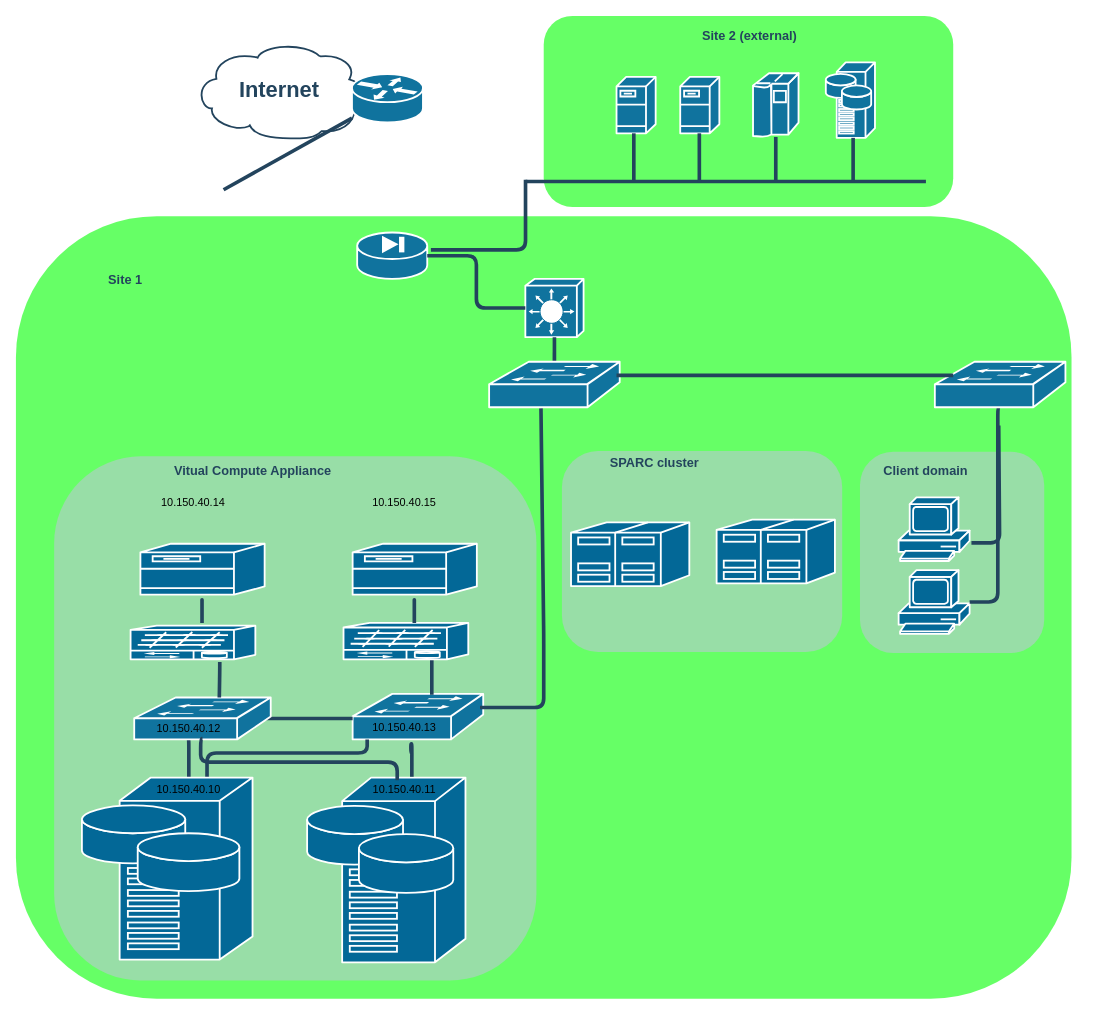
rvrlx/Diagrams keeps this draw.io diagram as Network dev lab 1.drawio. Above is the earlier version. Source tidied: cells renumbered, new cells numbered last; positions are measured from the earlier drawing's top-left corner, leaving out a move shared by most shapes. Both pictures are drawn from the tidied source at 91%, with x=0, y=0 at pixel (15, 15).
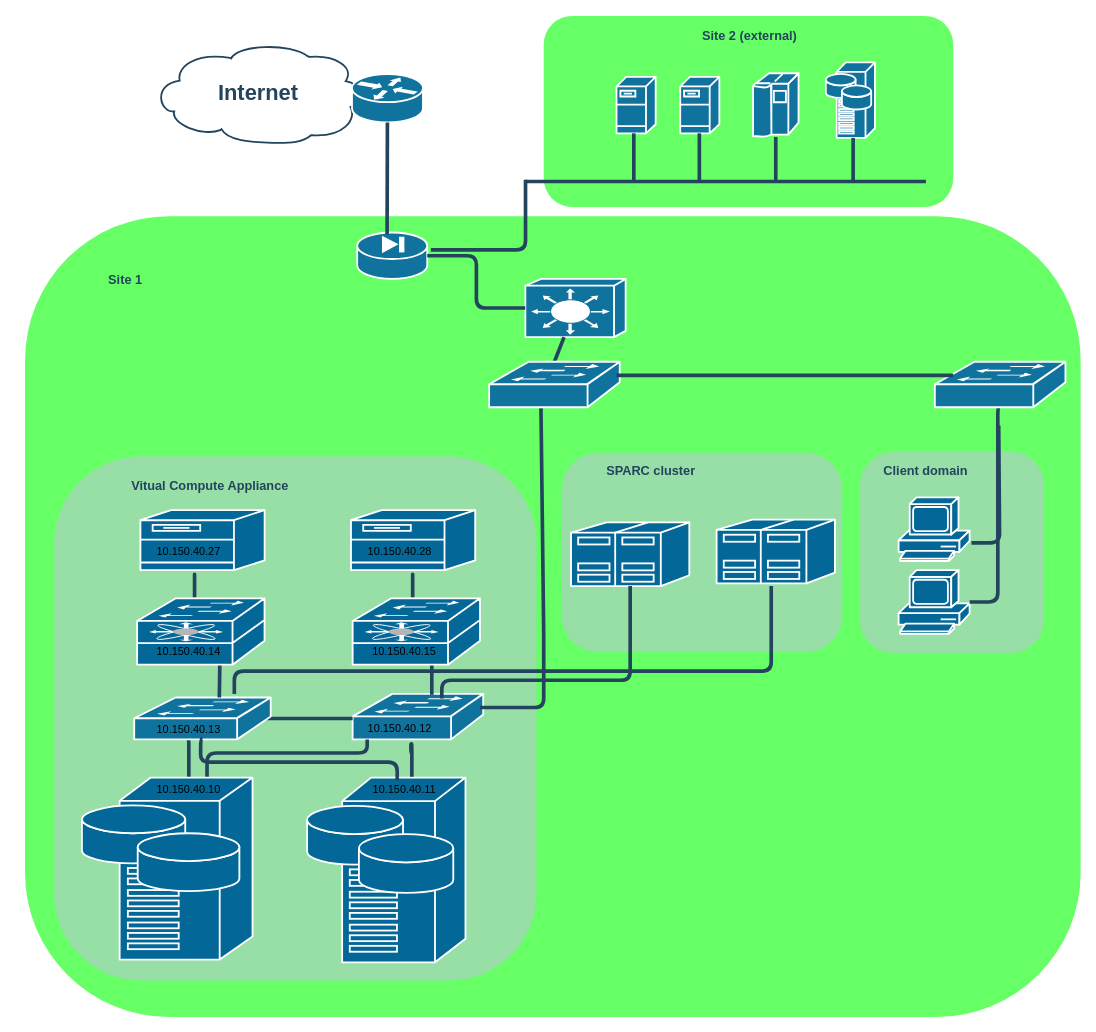
The same diagram, later.

The change refers to these unchanged cells:
```xml
<mxCell id="15" style="shape=mxgraph.cisco.switches.workgroup_switch;html=1;dashed=0;fillColor=#10739E;strokeColor=#ffffff;strokeWidth=2;verticalLabelPosition=bottom;verticalAlign=top;fontFamily=Helvetica;fontSize=36;fontColor=#FFB366;" parent="1" vertex="1">
  <mxGeometry x="370" y="745" width="143.5" height="50" as="geometry" />
</mxCell>
<mxCell id="16" style="shape=mxgraph.cisco.routers.router;html=1;dashed=0;fillColor=#10739E;strokeColor=#ffffff;strokeWidth=2;verticalLabelPosition=bottom;verticalAlign=top;fontFamily=Helvetica;fontSize=36;fontColor=#FFB366;" parent="1" vertex="1">
  <mxGeometry x="369.3" y="64" width="78" height="53" as="geometry" />
</mxCell>
<mxCell id="54" style="shape=mxgraph.cisco.servers.standard_host;sketch=0;html=1;dashed=0;fillColor=#036897;strokeColor=#ffffff;strokeWidth=2;verticalLabelPosition=bottom;verticalAlign=top;align=center;outlineConnect=0;" parent="1" vertex="1">
  <mxGeometry x="610" y="556.5" width="130" height="70" as="geometry" />
</mxCell>
```

Diff of the diagram source:
```diff
@@
     <mxCell id="2" style="rounded=1;whiteSpace=wrap;html=1;strokeColor=none;fillColor=#00FF00;fontSize=24;fontColor=#23445D;align=center;opacity=60;arcSize=18;" parent="1" vertex="1">
-      <mxGeometry y="220" width="1160" height="860" as="geometry" />
+      <mxGeometry x="10" y="220" width="1160" height="880" as="geometry" />
     </mxCell>
@@
     <mxCell id="4" style="rounded=1;whiteSpace=wrap;html=1;strokeColor=none;fillColor=#BAC8D3;fontSize=24;fontColor=#23445D;align=center;opacity=60;arcSize=18;" parent="1" vertex="1">
-      <mxGeometry x="600" y="478" width="308" height="221" as="geometry" />
+      <mxGeometry x="600" y="480" width="308" height="219" as="geometry" />
     </mxCell>
@@
     <mxCell id="6" value="&lt;font color=&quot;#23445d&quot;&gt;Vitual Compute Appliance&lt;/font&gt;" style="rounded=1;whiteSpace=wrap;html=1;strokeColor=none;fillColor=none;fontSize=14;fontColor=#742B21;align=center;fontStyle=1;" parent="1" vertex="1">
-      <mxGeometry x="166.5" y="488" width="187" height="24" as="geometry" />
+      <mxGeometry x="120" y="505" width="187" height="24" as="geometry" />
     </mxCell>
@@
     <mxCell id="13" value="Internet" style="shape=mxgraph.cisco.storage.cloud;html=1;dashed=0;strokeColor=#23445D;fillColor=#ffffff;strokeWidth=2;fontFamily=Helvetica;fontSize=24;fontColor=#23445D;align=center;fontStyle=1;" parent="1" vertex="1">
-      <mxGeometry x="196.3" y="29" width="186" height="106" as="geometry" />
+      <mxGeometry x="150" y="29" width="232.3" height="111" as="geometry" />
     </mxCell>
     <mxCell id="14" style="shape=mxgraph.cisco.switches.layer_3_switch;html=1;dashed=0;fillColor=#10739E;strokeColor=#ffffff;strokeWidth=2;verticalLabelPosition=bottom;verticalAlign=top;fontFamily=Helvetica;fontSize=36;fontColor=#FFB366;" parent="1" vertex="1">
-      <mxGeometry x="559.8" y="289" width="64" height="64" as="geometry" />
+      <mxGeometry x="559.8" y="289" width="110.2" height="64" as="geometry" />
     </mxCell>
@@
-    <mxCell id="23" style="elbow=horizontal;endArrow=none;html=1;strokeColor=#23445D;endFill=0;strokeWidth=4;rounded=1;" parent="1" edge="1" target="16">
-      <mxGeometry relative="1" as="geometry">
-        <mxPoint x="228.2" y="191" as="sourcePoint" />
-      </mxGeometry>
+    <mxCell id="23" style="elbow=horizontal;endArrow=none;html=1;strokeColor=#23445D;endFill=0;strokeWidth=4;rounded=1;exitX=0.343;exitY=0.023;exitDx=0;exitDy=0;exitPerimeter=0;" parent="1" edge="1" source="2" target="16">
+      <mxGeometry relative="1" as="geometry" />
     </mxCell>
@@
-    <mxCell id="40" value="10.150.40.15" style="text;html=1;strokeColor=none;fillColor=none;align=center;verticalAlign=middle;whiteSpace=wrap;rounded=0;" parent="1" vertex="1">
-      <mxGeometry x="396.8" y="520" width="60" height="30" as="geometry" />
-    </mxCell>
-    <mxCell id="41" value="10.150.40.14" style="text;html=1;strokeColor=none;fillColor=none;align=center;verticalAlign=middle;whiteSpace=wrap;rounded=0;" parent="1" vertex="1">
-      <mxGeometry x="164.5" y="520" width="60" height="30" as="geometry" />
-    </mxCell>
     <mxCell id="42" value="&lt;font color=&quot;#23445d&quot;&gt;SPARC cluster&lt;/font&gt;" style="rounded=1;whiteSpace=wrap;html=1;strokeColor=none;fillColor=none;fontSize=14;fontColor=#742B21;align=center;fontStyle=1;" parent="1" vertex="1">
-      <mxGeometry x="644" y="479" width="116" height="24" as="geometry" />
+      <mxGeometry x="640" y="488" width="116" height="24" as="geometry" />
     </mxCell>
@@
     <mxCell id="45" value="10.150.40.12" style="text;html=1;strokeColor=none;fillColor=none;align=center;verticalAlign=middle;whiteSpace=wrap;rounded=0;" parent="1" vertex="1">
-      <mxGeometry x="160" y="767.5" width="60" height="30" as="geometry" />
+      <mxGeometry x="387" y="770" width="70" height="25" as="geometry" />
     </mxCell>
     <mxCell id="46" value="10.150.40.13" style="text;html=1;strokeColor=none;fillColor=none;align=center;verticalAlign=middle;whiteSpace=wrap;rounded=0;" parent="1" vertex="1">
-      <mxGeometry x="396.8" y="767" width="60" height="30" as="geometry" />
+      <mxGeometry x="160" y="770" width="60" height="30" as="geometry" />
     </mxCell>
@@
-    <mxCell id="50" style="shape=mxgraph.cisco.switches.multi-fabric_server_switch;sketch=0;html=1;dashed=0;fillColor=#036897;strokeColor=#ffffff;strokeWidth=2;verticalLabelPosition=bottom;verticalAlign=top;align=center;" parent="1" vertex="1">
-      <mxGeometry x="126" y="670" width="137.1" height="37" as="geometry" />
-    </mxCell>
-    <mxCell id="51" style="shape=mxgraph.cisco.switches.multi-fabric_server_switch;sketch=0;html=1;dashed=0;fillColor=#036897;strokeColor=#ffffff;strokeWidth=2;verticalLabelPosition=bottom;verticalAlign=top;align=center;" parent="1" vertex="1">
-      <mxGeometry x="360" y="667" width="137.1" height="40" as="geometry" />
-    </mxCell>
@@
     <mxCell id="56" style="edgeStyle=orthogonalEdgeStyle;rounded=1;html=1;strokeColor=#23445D;endArrow=none;endFill=0;strokeWidth=4;" parent="1" edge="1">
       <mxGeometry relative="1" as="geometry">
-        <mxPoint x="204.5" y="654" as="sourcePoint" />
-        <mxPoint x="204.5" y="667" as="targetPoint" />
+        <mxPoint x="196.3" y="626" as="sourcePoint" />
+        <mxPoint x="196.3" y="639" as="targetPoint" />
         <Array as="points">
-          <mxPoint x="204.5" y="637" />
-          <mxPoint x="204.5" y="637" />
+          <mxPoint x="196.3" y="609" />
+          <mxPoint x="196.3" y="609" />
         </Array>
       </mxGeometry>
     </mxCell>
     <mxCell id="57" style="shape=mxgraph.cisco.servers.fileserver;sketch=0;html=1;dashed=0;fillColor=#036897;strokeColor=#ffffff;strokeWidth=2;verticalLabelPosition=bottom;verticalAlign=top;align=center;" parent="1" vertex="1">
-      <mxGeometry x="136.8" y="580" width="136.5" height="56" as="geometry" />
+      <mxGeometry x="136.8" y="543" width="136.5" height="66" as="geometry" />
     </mxCell>
     <mxCell id="58" style="shape=mxgraph.cisco.servers.fileserver;sketch=0;html=1;dashed=0;fillColor=#036897;strokeColor=#ffffff;strokeWidth=2;verticalLabelPosition=bottom;verticalAlign=top;align=center;" parent="1" vertex="1">
-      <mxGeometry x="370" y="580" width="136.5" height="56" as="geometry" />
+      <mxGeometry x="368.2" y="543" width="136.5" height="66" as="geometry" />
     </mxCell>
     <mxCell id="59" style="edgeStyle=orthogonalEdgeStyle;rounded=1;html=1;strokeColor=#23445D;endArrow=none;endFill=0;strokeWidth=4;" parent="1" edge="1">
       <mxGeometry relative="1" as="geometry">
-        <mxPoint x="437.8" y="654" as="sourcePoint" />
-        <mxPoint x="437.8" y="667" as="targetPoint" />
+        <mxPoint x="436" y="626" as="sourcePoint" />
+        <mxPoint x="436" y="639" as="targetPoint" />
         <Array as="points">
-          <mxPoint x="437.8" y="637" />
-          <mxPoint x="437.8" y="637" />
+          <mxPoint x="436" y="609" />
+          <mxPoint x="436" y="609" />
         </Array>
       </mxGeometry>
     </mxCell>
@@
+    <mxCell id="63" style="edgeStyle=orthogonalEdgeStyle;rounded=1;html=1;strokeColor=#23445D;endArrow=none;endFill=0;strokeWidth=4;entryX=0.683;entryY=0.1;entryDx=0;entryDy=0;entryPerimeter=0;" parent="1" edge="1" source="54" target="15">
+      <mxGeometry relative="1" as="geometry">
+        <Array as="points">
+          <mxPoint x="675" y="730" />
+          <mxPoint x="468" y="730" />
+        </Array>
+      </mxGeometry>
+    </mxCell>
+    <mxCell id="64" style="edgeStyle=orthogonalEdgeStyle;rounded=1;html=1;strokeColor=#23445D;endArrow=none;endFill=0;strokeWidth=4;entryX=0.98;entryY=0.5;entryDx=0;entryDy=0;entryPerimeter=0;" parent="1" edge="1">
+      <mxGeometry relative="1" as="geometry">
+        <mxPoint x="240" y="745" as="sourcePoint" />
+        <mxPoint x="830" y="626.5" as="targetPoint" />
+        <Array as="points">
+          <mxPoint x="240" y="720" />
+          <mxPoint x="830" y="720" />
+        </Array>
+      </mxGeometry>
+    </mxCell>
+    <mxCell id="65" style="shape=mxgraph.cisco.switches.fibre_channel_fabric_switch;sketch=0;html=1;dashed=0;fillColor=#036897;strokeColor=#ffffff;strokeWidth=2;verticalLabelPosition=bottom;verticalAlign=top;align=center;" parent="1" vertex="1">
+      <mxGeometry x="370" y="640" width="140" height="74" as="geometry" />
+    </mxCell>
+    <mxCell id="66" value="10.150.40.15" style="text;html=1;strokeColor=none;fillColor=none;align=center;verticalAlign=middle;whiteSpace=wrap;rounded=0;" parent="1" vertex="1">
+      <mxGeometry x="396.8" y="684" width="60" height="30" as="geometry" />
+    </mxCell>
+    <mxCell id="67" style="shape=mxgraph.cisco.switches.fibre_channel_fabric_switch;sketch=0;html=1;dashed=0;fillColor=#036897;strokeColor=#ffffff;strokeWidth=2;verticalLabelPosition=bottom;verticalAlign=top;align=center;" parent="1" vertex="1">
+      <mxGeometry x="133.2" y="640" width="140" height="74" as="geometry" />
+    </mxCell>
+    <mxCell id="68" value="10.150.40.14" style="text;html=1;strokeColor=none;fillColor=none;align=center;verticalAlign=middle;whiteSpace=wrap;rounded=0;" parent="1" vertex="1">
+      <mxGeometry x="160" y="684" width="60" height="30" as="geometry" />
+    </mxCell>
+    <mxCell id="41" value="10.150.40.27" style="text;html=1;strokeColor=none;fillColor=none;align=center;verticalAlign=middle;whiteSpace=wrap;rounded=0;" parent="1" vertex="1">
+      <mxGeometry x="160" y="573.5" width="60" height="30" as="geometry" />
+    </mxCell>
+    <mxCell id="40" value="10.150.40.28" style="text;html=1;strokeColor=none;fillColor=none;align=center;verticalAlign=middle;whiteSpace=wrap;rounded=0;" parent="1" vertex="1">
+      <mxGeometry x="392" y="573.5" width="60" height="30" as="geometry" />
+    </mxCell>
```
